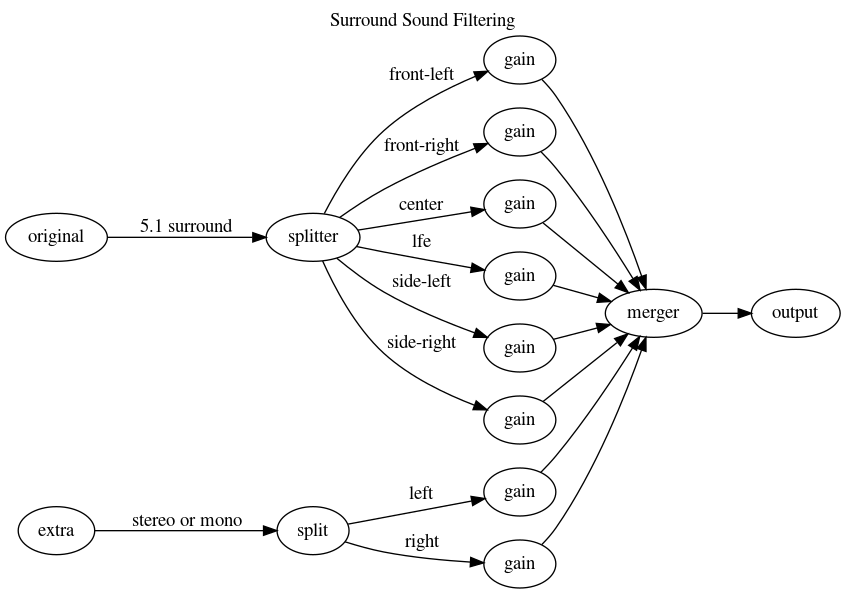
This is docs/filter-graph-surround.png from joeyparrish/upfish, a Graphviz export, as it was before one commit. Its source is kept beside it as docs/filter-graph-surround.gv.
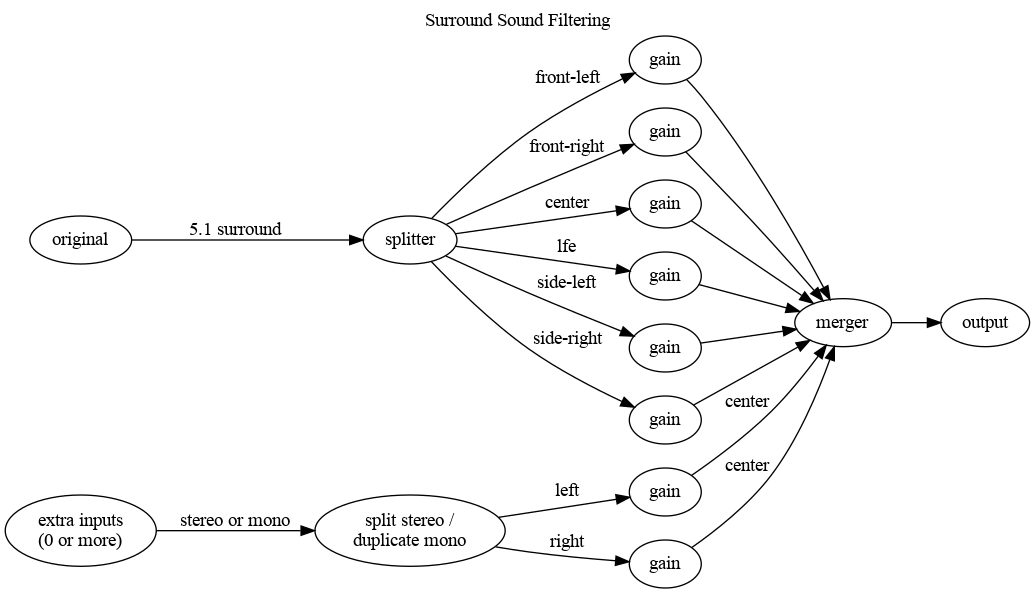
After the change.

Commit message:
Tweak filter graph diagrams

Change to the diagram source:
```diff
@@ -21,8 +21,8 @@
   splitter -> gain4 [label="side-left"];
   splitter -> gain5 [label="side-right"];
 
-  splitter2 [label="split"];
-  extra -> splitter2 [label="stereo or mono"];
+  splitter2 [label="split stereo /\nduplicate mono"];
+  "extra inputs\n(0 or more)" -> splitter2 [label="stereo or mono"];
   splitter2 -> gain6 [label="left"];
   splitter2 -> gain7 [label="right"];
 
@@ -32,8 +32,8 @@
   gain3 -> merger;
   gain4 -> merger;
   gain5 -> merger;
-  gain6 -> merger;
-  gain7 -> merger;
+  gain6 -> merger [label="center"];
+  gain7 -> merger [label="center"];
 
   merger -> output;
 }
```
